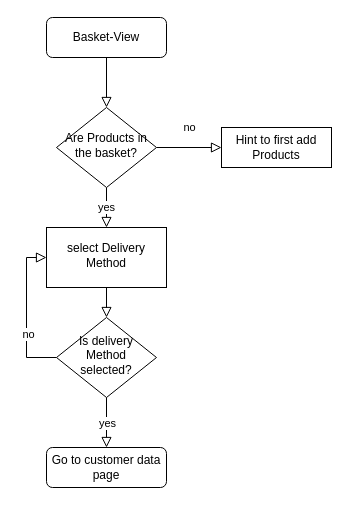
The draw.io diagram page "Basket" (1 of 4) of basket.drawio in jaegermoritz/test-wiki-diagrams, before the edit. Source tidied: cells renumbered, new cells numbered last; positions are measured from the earlier drawing's top-left corner, leaving out a move shared by most shapes. Both pictures are drawn from the tidied source at 100%, with x=0, y=0 at pixel (46, 17).
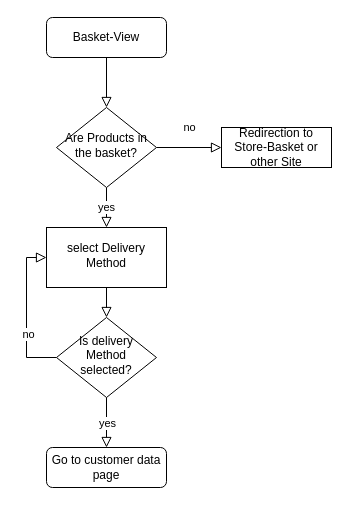
The same diagram, later.

Change to the diagram source:
```diff
@@
 <mxGraphModel>
   <root>
     <mxCell id="0" />
     <mxCell id="1" parent="0" />
     <mxCell id="2" style="rounded=0;html=1;jettySize=auto;fontSize=11;endArrow=block;endFill=0;endSize=8;strokeWidth=1;shadow=0;labelBackgroundColor=none;edgeStyle=orthogonalEdgeStyle;" parent="1" edge="1" source="3" target="6">
       <mxGeometry relative="1" as="geometry" />
     </mxCell>
     <mxCell id="3" value="Basket-View" style="rounded=1;whiteSpace=wrap;html=1;fontSize=12;glass=0;strokeWidth=1;shadow=0;" parent="1" vertex="1">
       <mxGeometry width="120" height="40" as="geometry" />
     </mxCell>
     <mxCell id="4" value="no" style="rounded=0;html=1;jettySize=auto;fontSize=11;endArrow=block;endFill=0;endSize=8;strokeWidth=1;shadow=0;labelBackgroundColor=none;edgeStyle=orthogonalEdgeStyle;entryX=0;entryY=0.5;entryDx=0;entryDy=0;" parent="1" edge="1" source="6" target="15">
       <mxGeometry y="20" relative="1" as="geometry" />
     </mxCell>
     <mxCell id="5" value="yes" style="edgeStyle=orthogonalEdgeStyle;rounded=0;jumpStyle=none;jettySize=auto;html=1;endArrow=block;endFill=0;endSize=8;" parent="1" edge="1" source="6" target="14">
       <mxGeometry relative="1" as="geometry" />
     </mxCell>
     <mxCell id="6" value="Are Products in the basket?" style="rhombus;whiteSpace=wrap;html=1;shadow=0;fontFamily=Helvetica;fontSize=12;align=center;strokeWidth=1;spacing=6;spacingTop=-4;" parent="1" vertex="1">
       <mxGeometry x="10" y="90" width="100" height="80" as="geometry" />
     </mxCell>
     <mxCell id="7" style="edgeStyle=orthogonalEdgeStyle;rounded=0;jumpStyle=none;jettySize=auto;html=1;exitX=0;exitY=0.5;exitDx=0;exitDy=0;endArrow=block;endFill=0;endSize=8;entryX=0;entryY=0.5;entryDx=0;entryDy=0;" parent="1" edge="1" source="9" target="14">
       <mxGeometry relative="1" as="geometry" />
     </mxCell>
     <mxCell id="8" value="no" style="edgeLabel;html=1;align=center;verticalAlign=middle;" parent="7" vertex="1">
       <mxGeometry x="-0.28" y="-1" relative="1" as="geometry" />
     </mxCell>
     <mxCell id="9" value="Is delivery Method selected?" style="rhombus;whiteSpace=wrap;html=1;shadow=0;fontFamily=Helvetica;fontSize=12;align=center;strokeWidth=1;spacing=6;spacingTop=-4;" parent="1" vertex="1">
       <mxGeometry x="10" y="300" width="100" height="80" as="geometry" />
     </mxCell>
     <mxCell id="10" value="Go to customer data page" style="rounded=1;whiteSpace=wrap;html=1;fontSize=12;glass=0;strokeWidth=1;shadow=0;" parent="1" vertex="1">
       <mxGeometry y="430" width="120" height="40" as="geometry" />
     </mxCell>
     <mxCell id="11" style="endArrow=block;html=1;exitX=0.5;exitY=1;exitDx=0;exitDy=0;entryX=0.5;entryY=0;entryDx=0;entryDy=0;jumpStyle=none;rounded=0;endFill=0;endSize=8;" parent="1" edge="1" source="9" target="10">
       <mxGeometry relative="1" as="geometry" />
     </mxCell>
     <mxCell id="12" value="yes" style="edgeLabel;html=1;align=center;verticalAlign=middle;" parent="11" vertex="1">
       <mxGeometry relative="1" as="geometry" />
     </mxCell>
     <mxCell id="13" style="edgeStyle=orthogonalEdgeStyle;rounded=0;jumpStyle=none;jettySize=auto;html=1;endArrow=block;endFill=0;endSize=8;" parent="1" edge="1" source="14" target="9">
       <mxGeometry relative="1" as="geometry" />
     </mxCell>
     <mxCell id="14" value="select Delivery Method" style="whiteSpace=wrap;html=1;shadow=0;strokeWidth=1;spacing=6;spacingTop=-4;" parent="1" vertex="1">
       <mxGeometry y="210" width="120" height="60" as="geometry" />
     </mxCell>
-    <mxCell id="15" value="Hint to first add Products" style="rounded=0;whiteSpace=wrap;html=1;" parent="1" vertex="1">
+    <mxCell id="15" value="Redirection to Store-Basket or other Site" style="rounded=0;whiteSpace=wrap;html=1;" parent="1" vertex="1">
       <mxGeometry x="175" y="110" width="110" height="40" as="geometry" />
     </mxCell>
   </root>
 </mxGraphModel>
```
